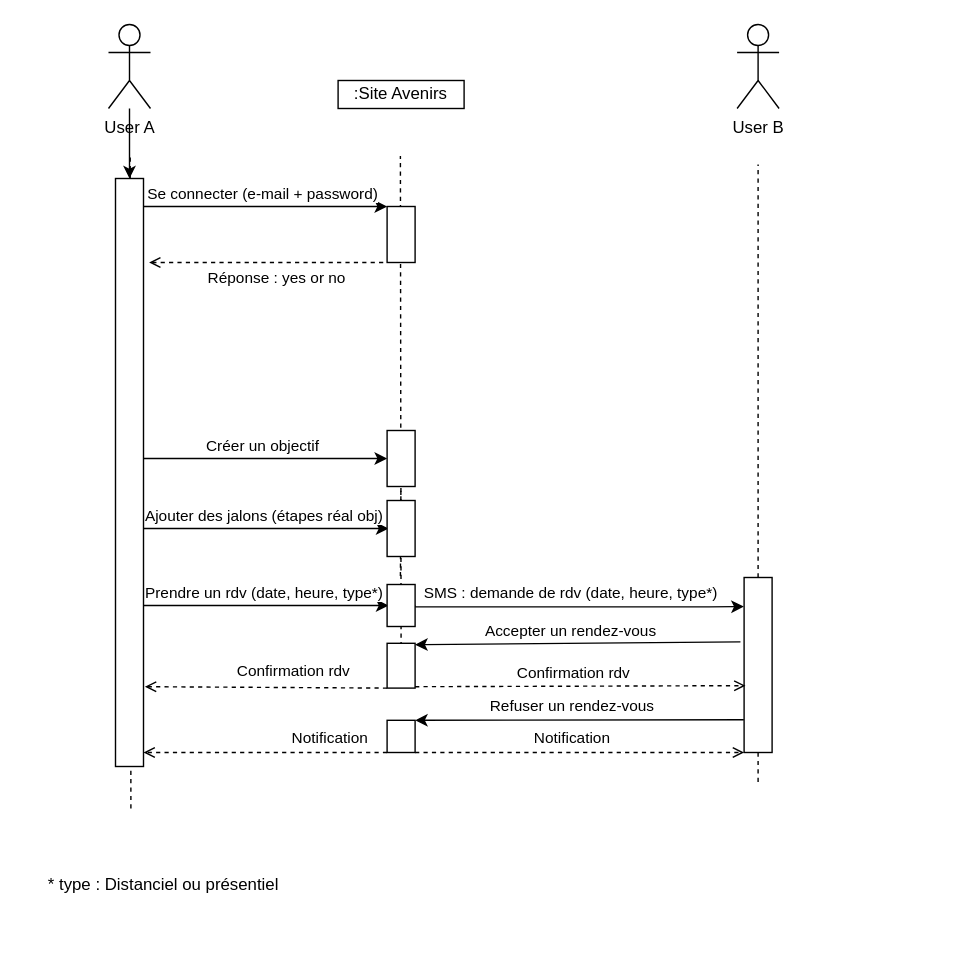
cbeauquel/oc_projet9 keeps this draw.io diagram as page "Diagramme de séquence" (3 of 4) of uml_avenirs.drawio. Above is the earlier version. Source tidied: cells renumbered, new cells numbered last; positions are measured from the earlier drawing's top-left corner, leaving out a move shared by most shapes. Both pictures are drawn from the tidied source at 140%, with x=0, y=0 at pixel (24, 24).
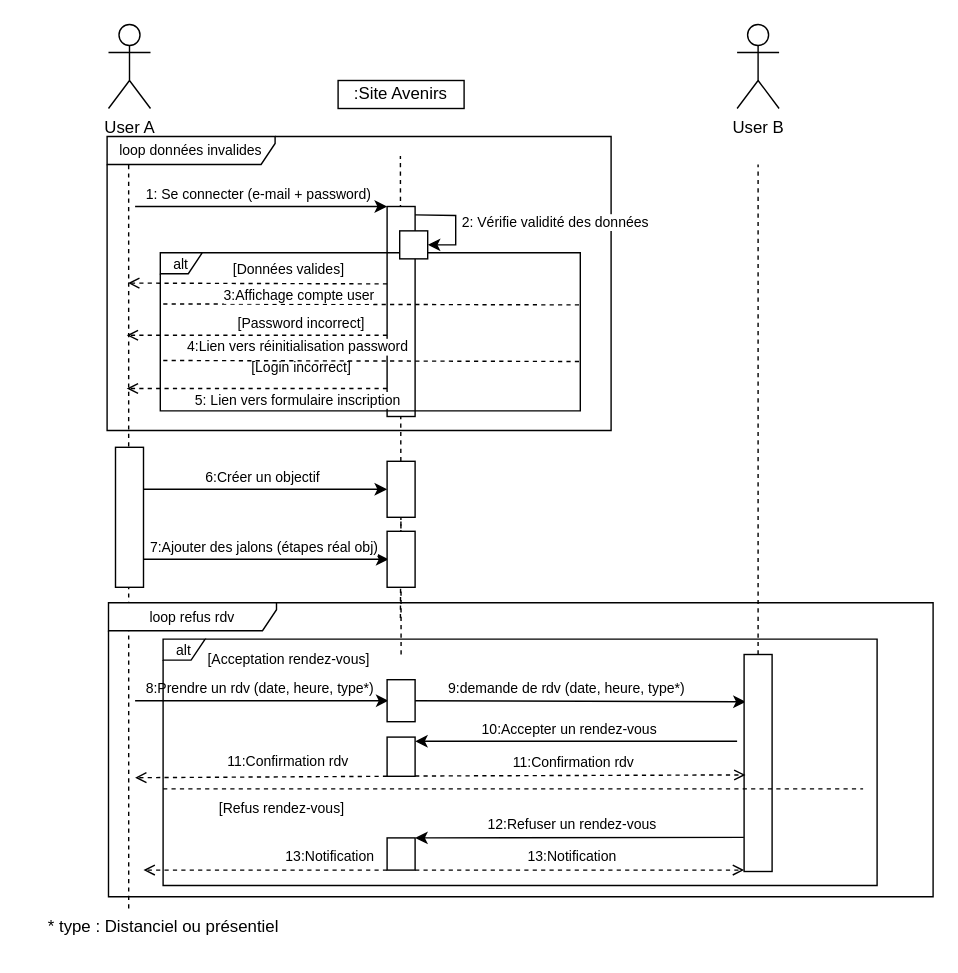
After the change.

Commit message:
Mettre à jour uml_avenirs, création de schéma alternatifs connection et rdv pour le diagramme de séquence.drawio

Unchanged cells that the change refers to:
```xml
<mxCell id="3" value="User A" style="shape=umlActor;verticalLabelPosition=bottom;verticalAlign=top;html=1;outlineConnect=0;" parent="1" vertex="1">
  <mxGeometry x="60" width="30" height="60" as="geometry" />
</mxCell>
```

Change to the diagram source:
```diff
@@
-    <mxCell id="2" style="edgeStyle=orthogonalEdgeStyle;rounded=0;jettySize=auto;html=1;" parent="1" edge="1" source="3" target="25">
-      <mxGeometry relative="1" as="geometry" />
-    </mxCell>
@@
-    <mxCell id="4" style="endArrow=none;dashed=1;html=1;rounded=0;" parent="1" edge="1">
+    <mxCell id="4" style="endArrow=none;dashed=1;html=1;rounded=0;exitX=0.374;exitY=0.045;exitDx=0;exitDy=0;exitPerimeter=0;" parent="1" edge="1" source="43">
       <mxGeometry relative="1" as="geometry">
-        <mxPoint x="76" y="560" as="sourcePoint" />
-        <mxPoint x="75.5" y="94" as="targetPoint" />
+        <mxPoint x="74.4" y="90" as="targetPoint" />
       </mxGeometry>
     </mxCell>
@@
     <mxCell id="7" style="rounded=0;whiteSpace=wrap;html=1;fillColor=#FFFFFF;" parent="1" vertex="1">
-      <mxGeometry x="259" y="130" width="20" height="40" as="geometry" />
+      <mxGeometry x="259" y="130" width="20" height="150" as="geometry" />
     </mxCell>
     <mxCell id="8" style="endArrow=classic;html=1;rounded=0;entryX=0;entryY=0;entryDx=0;entryDy=0;" parent="1" edge="1" target="7">
       <mxGeometry relative="1" as="geometry">
-        <mxPoint x="84" y="130" as="sourcePoint" />
+        <mxPoint x="79" y="130" as="sourcePoint" />
       </mxGeometry>
     </mxCell>
-    <mxCell id="9" value="Se connecter (e-mail + password)" style="edgeLabel;html=1;align=center;verticalAlign=middle;" parent="8" vertex="1">
+    <mxCell id="9" value="1: Se connecter (e-mail + password)" style="edgeLabel;html=1;align=center;verticalAlign=middle;fontSize=10;" parent="8" vertex="1">
       <mxGeometry x="-0.12" y="-1" relative="1" as="geometry">
         <mxPoint x="8" y="-11" as="offset" />
       </mxGeometry>
     </mxCell>
-    <mxCell id="10" style="endArrow=none;dashed=1;html=1;rounded=0;entryX=0;entryY=1;entryDx=0;entryDy=0;startArrow=open;startFill=0;" parent="1" edge="1" target="7">
-      <mxGeometry relative="1" as="geometry">
-        <mxPoint x="89" y="170" as="sourcePoint" />
-      </mxGeometry>
-    </mxCell>
-    <mxCell id="11" value="Réponse : yes or no" style="edgeLabel;html=1;align=center;verticalAlign=middle;" parent="10" vertex="1">
-      <mxGeometry x="-0.24" y="-1" relative="1" as="geometry">
-        <mxPoint x="25" y="9" as="offset" />
-      </mxGeometry>
-    </mxCell>
     <mxCell id="12" style="endArrow=classic;html=1;rounded=0;entryX=0;entryY=0;entryDx=0;entryDy=0;" parent="1" edge="1">
       <mxGeometry relative="1" as="geometry">
-        <mxPoint x="84" y="310" as="sourcePoint" />
-        <mxPoint x="259" y="310" as="targetPoint" />
+        <mxPoint x="84" y="332" as="sourcePoint" />
+        <mxPoint x="259" y="332" as="targetPoint" />
       </mxGeometry>
     </mxCell>
-    <mxCell id="13" value="Créer un objectif" style="edgeLabel;html=1;align=center;verticalAlign=middle;" parent="12" vertex="1">
+    <mxCell id="13" value="6:Créer un objectif" style="edgeLabel;html=1;align=center;verticalAlign=middle;fontSize=10;" parent="12" vertex="1">
       <mxGeometry x="-0.12" y="-1" relative="1" as="geometry">
         <mxPoint x="8" y="-11" as="offset" />
       </mxGeometry>
     </mxCell>
     <mxCell id="14" style="endArrow=classic;html=1;rounded=0;entryX=0;entryY=0;entryDx=0;entryDy=0;" parent="1" edge="1">
       <mxGeometry relative="1" as="geometry">
-        <mxPoint x="85" y="360" as="sourcePoint" />
-        <mxPoint x="260" y="360" as="targetPoint" />
+        <mxPoint x="85" y="382" as="sourcePoint" />
+        <mxPoint x="260" y="382" as="targetPoint" />
       </mxGeometry>
     </mxCell>
-    <mxCell id="15" value="Ajouter des jalons (étapes réal obj)" style="edgeLabel;html=1;align=center;verticalAlign=middle;" parent="14" vertex="1">
+    <mxCell id="15" value="7:Ajouter des jalons (étapes réal obj)" style="edgeLabel;html=1;align=center;verticalAlign=middle;fontSize=10;" parent="14" vertex="1">
       <mxGeometry x="-0.12" y="-1" relative="1" as="geometry">
         <mxPoint x="8" y="-11" as="offset" />
       </mxGeometry>
     </mxCell>
     <mxCell id="16" style="endArrow=classic;html=1;rounded=0;entryX=0;entryY=0;entryDx=0;entryDy=0;" parent="1" edge="1">
       <mxGeometry relative="1" as="geometry">
-        <mxPoint x="85" y="415" as="sourcePoint" />
-        <mxPoint x="260" y="415" as="targetPoint" />
+        <mxPoint x="79" y="483" as="sourcePoint" />
+        <mxPoint x="260" y="483" as="targetPoint" />
       </mxGeometry>
     </mxCell>
-    <mxCell id="17" value="Prendre un rdv (date, heure, type*)" style="edgeLabel;html=1;align=center;verticalAlign=middle;" parent="16" vertex="1">
+    <mxCell id="17" value="8:Prendre un rdv (date, heure, type*)" style="edgeLabel;html=1;align=center;verticalAlign=middle;fontSize=10;" parent="16" vertex="1">
       <mxGeometry x="-0.12" y="-1" relative="1" as="geometry">
         <mxPoint x="8" y="-11" as="offset" />
       </mxGeometry>
     </mxCell>
-    <mxCell id="18" value="SMS : demande de rdv (date, heure, type*)" style="edgeLabel;html=1;align=center;verticalAlign=middle;" parent="16" vertex="1">
+    <mxCell id="18" value="9:demande de rdv (date, heure, type*)" style="edgeLabel;html=1;align=center;verticalAlign=middle;fontSize=10;" parent="16" vertex="1">
       <mxGeometry x="-0.12" y="-1" relative="1" as="geometry">
         <mxPoint x="227" y="-11" as="offset" />
       </mxGeometry>
     </mxCell>
-    <mxCell id="19" style="endArrow=none;html=1;rounded=0;startArrow=classic;startFill=1;endFill=0;exitX=1;exitY=0.25;exitDx=0;exitDy=0;entryX=-0.13;entryY=0.368;entryDx=0;entryDy=0;entryPerimeter=0;" parent="1" edge="1" target="33">
+    <mxCell id="19" style="endArrow=none;html=1;rounded=0;startArrow=classic;startFill=1;endFill=0;exitX=1;exitY=0.25;exitDx=0;exitDy=0;" parent="1" edge="1">
       <mxGeometry relative="1" as="geometry">
-        <mxPoint x="279" y="443" as="sourcePoint" />
+        <mxPoint x="279" y="512" as="sourcePoint" />
+        <mxPoint x="509" y="512" as="targetPoint" />
       </mxGeometry>
     </mxCell>
-    <mxCell id="20" value="Accepter un rendez-vous" style="edgeLabel;html=1;align=center;verticalAlign=middle;" parent="19" vertex="1">
+    <mxCell id="20" value="10:Accepter un rendez-vous" style="edgeLabel;html=1;align=center;verticalAlign=middle;fontSize=10;" parent="19" vertex="1">
       <mxGeometry x="-0.12" y="-1" relative="1" as="geometry">
         <mxPoint x="8" y="-11" as="offset" />
       </mxGeometry>
     </mxCell>
-    <mxCell id="21" style="endArrow=none;html=1;rounded=0;startArrow=classic;startFill=1;endFill=0;exitX=1;exitY=0;exitDx=0;exitDy=0;entryX=-0.01;entryY=0.813;entryDx=0;entryDy=0;entryPerimeter=0;" parent="1" edge="1" source="41" target="33">
-      <mxGeometry relative="1" as="geometry" />
+    <mxCell id="21" style="endArrow=none;html=1;rounded=0;startArrow=classic;startFill=1;endFill=0;exitX=1;exitY=0;exitDx=0;exitDy=0;entryX=-0.01;entryY=0.813;entryDx=0;entryDy=0;entryPerimeter=0;" parent="1" edge="1" source="41">
+      <mxGeometry relative="1" as="geometry">
+        <mxPoint x="513.8" y="580.6" as="targetPoint" />
+      </mxGeometry>
     </mxCell>
-    <mxCell id="22" value="Refuser un rendez-vous" style="edgeLabel;html=1;align=center;verticalAlign=middle;" parent="21" vertex="1">
+    <mxCell id="22" value="12:Refuser un rendez-vous" style="edgeLabel;html=1;align=center;verticalAlign=middle;fontSize=10;" parent="21" vertex="1">
       <mxGeometry x="-0.12" y="-1" relative="1" as="geometry">
         <mxPoint x="8" y="-11" as="offset" />
       </mxGeometry>
     </mxCell>
-    <mxCell id="23" value="Notification" style="edgeLabel;html=1;align=center;verticalAlign=middle;" parent="21" vertex="1">
+    <mxCell id="23" value="13:Notification" style="edgeLabel;html=1;align=center;verticalAlign=middle;fontSize=10;" parent="21" vertex="1">
       <mxGeometry x="-0.12" y="-1" relative="1" as="geometry">
         <mxPoint x="8" y="12" as="offset" />
       </mxGeometry>
     </mxCell>
-    <mxCell id="24" value="Notification" style="edgeLabel;html=1;align=center;verticalAlign=middle;" parent="21" vertex="1">
+    <mxCell id="24" value="13:Notification" style="edgeLabel;html=1;align=center;verticalAlign=middle;fontSize=10;" parent="21" vertex="1">
       <mxGeometry x="-0.12" y="-1" relative="1" as="geometry">
         <mxPoint x="-165" y="12" as="offset" />
       </mxGeometry>
     </mxCell>
     <mxCell id="25" style="rounded=0;whiteSpace=wrap;html=1;fillColor=#FFFFFF;" parent="1" vertex="1">
-      <mxGeometry x="65" y="110" width="20" height="420" as="geometry" />
+      <mxGeometry x="65" y="302" width="20" height="100" as="geometry" />
     </mxCell>
     <mxCell id="26" style="endArrow=none;dashed=1;html=1;rounded=0;" parent="1" edge="1" target="27">
       <mxGeometry relative="1" as="geometry">
-        <mxPoint x="268.5" y="394" as="sourcePoint" />
+        <mxPoint x="268.5" y="424" as="sourcePoint" />
       </mxGeometry>
     </mxCell>
     <mxCell id="27" style="rounded=0;whiteSpace=wrap;html=1;fillColor=#FFFFFF;" parent="1" vertex="1">
-      <mxGeometry x="259" y="290" width="20" height="40" as="geometry" />
+      <mxGeometry x="259" y="312" width="20" height="40" as="geometry" />
     </mxCell>
-    <mxCell id="28" style="edgeStyle=orthogonalEdgeStyle;rounded=0;jettySize=auto;html=1;exitX=1;exitY=0.5;exitDx=0;exitDy=0;entryX=-0.01;entryY=0.166;entryDx=0;entryDy=0;entryPerimeter=0;" parent="1" edge="1" target="33">
+    <mxCell id="28" style="edgeStyle=orthogonalEdgeStyle;rounded=0;orthogonalLoop=1;jettySize=auto;html=1;exitX=1;exitY=0.5;exitDx=0;exitDy=0;entryX=0.059;entryY=0.134;entryDx=0;entryDy=0;entryPerimeter=0;" parent="1" edge="1">
       <mxGeometry relative="1" as="geometry">
-        <mxPoint x="279" y="415" as="sourcePoint" />
+        <mxPoint x="279" y="483" as="sourcePoint" />
+        <mxPoint x="515.2" y="483.8" as="targetPoint" />
         <Array as="points">
-          <mxPoint x="279" y="416" />
-          <mxPoint x="489" y="416" />
+          <mxPoint x="279" y="484" />
         </Array>
       </mxGeometry>
     </mxCell>
     <mxCell id="29" style="rounded=0;whiteSpace=wrap;html=1;fillColor=#FFFFFF;" parent="1" vertex="1">
-      <mxGeometry x="259" y="400" width="20" height="30" as="geometry" />
+      <mxGeometry x="259" y="468" width="20" height="30" as="geometry" />
     </mxCell>
@@
-    <mxCell id="32" style="endArrow=none;dashed=1;html=1;rounded=0;" parent="1" edge="1" target="33">
+    <mxCell id="32" style="endArrow=none;dashed=1;html=1;rounded=0;" parent="1" edge="1">
       <mxGeometry relative="1" as="geometry">
-        <mxPoint x="524" y="541" as="sourcePoint" />
+        <mxPoint x="524" y="600" as="sourcePoint" />
+        <mxPoint x="524" y="579" as="targetPoint" />
       </mxGeometry>
     </mxCell>
     <mxCell id="33" style="rounded=0;whiteSpace=wrap;html=1;fillColor=#FFFFFF;" parent="1" vertex="1">
-      <mxGeometry x="514" y="395" width="20" height="125" as="geometry" />
+      <mxGeometry x="514" y="450" width="20" height="155" as="geometry" />
     </mxCell>
     <mxCell id="34" style="rounded=0;whiteSpace=wrap;html=1;fillColor=#FFFFFF;" parent="1" vertex="1">
-      <mxGeometry x="259" y="442" width="20" height="32" as="geometry" />
+      <mxGeometry x="259" y="509" width="20" height="28" as="geometry" />
     </mxCell>
-    <mxCell id="35" style="endArrow=open;html=1;rounded=0;entryX=0.05;entryY=0.618;entryDx=0;entryDy=0;exitX=1;exitY=1;exitDx=0;exitDy=0;dashed=1;endFill=0;entryPerimeter=0;" parent="1" edge="1" target="33">
+    <mxCell id="35" style="endArrow=open;html=1;rounded=0;entryX=0.05;entryY=0.618;entryDx=0;entryDy=0;exitX=1;exitY=1;exitDx=0;exitDy=0;dashed=1;endFill=0;entryPerimeter=0;" parent="1" edge="1">
       <mxGeometry relative="1" as="geometry">
-        <mxPoint x="279" y="473" as="sourcePoint" />
+        <mxPoint x="279" y="536.8" as="sourcePoint" />
+        <mxPoint x="515" y="536" as="targetPoint" />
       </mxGeometry>
     </mxCell>
-    <mxCell id="36" value="Confirmation rdv" style="edgeLabel;html=1;align=center;verticalAlign=middle;" parent="35" vertex="1">
+    <mxCell id="36" value="11:Confirmation rdv" style="edgeLabel;html=1;align=center;verticalAlign=middle;fontSize=10;" parent="35" vertex="1">
       <mxGeometry x="-0.12" y="-1" relative="1" as="geometry">
         <mxPoint x="8" y="-11" as="offset" />
       </mxGeometry>
     </mxCell>
     <mxCell id="37" style="endArrow=open;html=1;rounded=0;exitX=0;exitY=1;exitDx=0;exitDy=0;dashed=1;endFill=0;" parent="1" edge="1" source="34">
       <mxGeometry relative="1" as="geometry">
-        <mxPoint x="86" y="473" as="targetPoint" />
+        <mxPoint x="79" y="538" as="targetPoint" />
       </mxGeometry>
     </mxCell>
-    <mxCell id="38" value="Confirmation rdv" style="edgeLabel;html=1;align=center;verticalAlign=middle;" parent="37" vertex="1">
+    <mxCell id="38" value="11:Confirmation rdv" style="edgeLabel;html=1;align=center;verticalAlign=middle;fontSize=10;" parent="37" vertex="1">
       <mxGeometry x="-0.12" y="-1" relative="1" as="geometry">
         <mxPoint x="8" y="-11" as="offset" />
       </mxGeometry>
     </mxCell>
-    <mxCell id="39" style="edgeStyle=orthogonalEdgeStyle;rounded=0;jettySize=auto;html=1;exitX=1;exitY=1;exitDx=0;exitDy=0;entryX=0;entryY=1;entryDx=0;entryDy=0;dashed=1;endArrow=open;endFill=0;" parent="1" edge="1" source="41" target="33">
+    <mxCell id="39" style="edgeStyle=orthogonalEdgeStyle;rounded=0;jettySize=auto;html=1;exitX=1;exitY=1;exitDx=0;exitDy=0;entryX=0;entryY=1;entryDx=0;entryDy=0;dashed=1;endArrow=open;endFill=0;" parent="1" edge="1" source="41">
       <mxGeometry relative="1" as="geometry">
+        <mxPoint x="514" y="604" as="targetPoint" />
         <Array as="points">
-          <mxPoint x="349" y="520" />
-          <mxPoint x="349" y="520" />
+          <mxPoint x="349" y="604" />
+          <mxPoint x="349" y="604" />
         </Array>
       </mxGeometry>
     </mxCell>
     <mxCell id="40" style="edgeStyle=orthogonalEdgeStyle;rounded=0;jettySize=auto;html=1;exitX=0;exitY=1;exitDx=0;exitDy=0;entryX=1;entryY=1;entryDx=0;entryDy=0;dashed=1;endArrow=open;endFill=0;" parent="1" edge="1" source="41">
       <mxGeometry relative="1" as="geometry">
-        <mxPoint x="85" y="520" as="targetPoint" />
+        <mxPoint x="85" y="604" as="targetPoint" />
         <Array as="points">
-          <mxPoint x="179" y="520" />
-          <mxPoint x="179" y="520" />
+          <mxPoint x="179" y="604" />
+          <mxPoint x="179" y="604" />
         </Array>
       </mxGeometry>
     </mxCell>
     <mxCell id="41" style="rounded=0;whiteSpace=wrap;html=1;fillColor=#FFFFFF;" parent="1" vertex="1">
-      <mxGeometry x="259" y="497" width="20" height="23" as="geometry" />
+      <mxGeometry x="259" y="581" width="20" height="23" as="geometry" />
     </mxCell>
     <mxCell id="42" style="rounded=0;whiteSpace=wrap;html=1;fillColor=#FFFFFF;" parent="1" vertex="1">
-      <mxGeometry x="259" y="340" width="20" height="40" as="geometry" />
+      <mxGeometry x="259" y="362" width="20" height="40" as="geometry" />
     </mxCell>
     <mxCell id="43" value="* type : Distanciel ou présentiel" style="text;html=1;align=center;verticalAlign=middle;whiteSpace=wrap;rounded=0;" parent="1" vertex="1">
-      <mxGeometry y="600" width="199" height="30" as="geometry" />
+      <mxGeometry y="630" width="199" height="30" as="geometry" />
     </mxCell>
+    <mxCell id="44" value="alt" style="shape=umlFrame;whiteSpace=wrap;html=1;fontSize=10;width=30;height=15;" parent="1" vertex="1">
+      <mxGeometry x="97" y="163" width="300" height="113" as="geometry" />
+    </mxCell>
+    <mxCell id="45" style="endArrow=none;dashed=1;html=1;rounded=0;exitX=0.013;exitY=0.431;exitDx=0;exitDy=0;exitPerimeter=0;entryX=1.006;entryY=0.436;entryDx=0;entryDy=0;entryPerimeter=0;" parent="1" edge="1">
+      <mxGeometry relative="1" as="geometry">
+        <mxPoint x="99.1" y="199.6" as="sourcePoint" />
+        <mxPoint x="397" y="200.3" as="targetPoint" />
+      </mxGeometry>
+    </mxCell>
+    <mxCell id="46" value="loop données invalides" style="shape=umlFrame;whiteSpace=wrap;html=1;width=120;height=20;fontSize=10;" parent="1" vertex="1">
+      <mxGeometry x="59" y="80" width="360" height="210" as="geometry" />
+    </mxCell>
+    <mxCell id="47" style="rounded=0;whiteSpace=wrap;html=1;fillColor=#FFFFFF;" parent="1" vertex="1">
+      <mxGeometry x="268" y="147.4" width="20" height="20" as="geometry" />
+    </mxCell>
+    <mxCell id="48" style="endArrow=classic;html=1;rounded=0;entryX=1;entryY=0.5;entryDx=0;entryDy=0;" parent="1" edge="1" target="47">
+      <mxGeometry relative="1" as="geometry">
+        <mxPoint x="279" y="136" as="sourcePoint" />
+        <Array as="points">
+          <mxPoint x="308" y="136.4" />
+          <mxPoint x="308" y="157.4" />
+        </Array>
+      </mxGeometry>
+    </mxCell>
+    <mxCell id="49" value="2: Vérifie validité des données" style="edgeLabel;html=1;align=center;verticalAlign=middle;fontSize=10;" parent="48" vertex="1">
+      <mxGeometry x="0.05" y="-1" relative="1" as="geometry">
+        <mxPoint x="71" y="-4" as="offset" />
+      </mxGeometry>
+    </mxCell>
+    <mxCell id="50" style="endArrow=open;html=1;rounded=0;exitX=0.05;exitY=0.404;exitDx=0;exitDy=0;dashed=1;endFill=0;exitPerimeter=0;fontSize=10;" parent="1" edge="1">
+      <mxGeometry relative="1" as="geometry">
+        <mxPoint x="259" y="185.3" as="sourcePoint" />
+        <mxPoint x="74" y="184.7" as="targetPoint" />
+      </mxGeometry>
+    </mxCell>
+    <mxCell id="51" value="3:Affichage compte user" style="edgeLabel;html=1;align=center;verticalAlign=middle;fontSize=10;" parent="50" vertex="1">
+      <mxGeometry x="-0.12" y="-1" relative="1" as="geometry">
+        <mxPoint x="17" y="8" as="offset" />
+      </mxGeometry>
+    </mxCell>
+    <mxCell id="52" value="[Données valides]" style="text;html=1;align=center;verticalAlign=middle;whiteSpace=wrap;rounded=0;fontSize=10;" parent="1" vertex="1">
+      <mxGeometry x="119" y="160" width="140" height="30" as="geometry" />
+    </mxCell>
+    <mxCell id="53" value="[Password incorrect]" style="text;html=1;align=center;verticalAlign=middle;whiteSpace=wrap;rounded=0;fontSize=10;" parent="1" vertex="1">
+      <mxGeometry x="128" y="198" width="140" height="30" as="geometry" />
+    </mxCell>
+    <mxCell id="54" style="endArrow=none;dashed=1;html=1;rounded=0;exitX=0.013;exitY=0.431;exitDx=0;exitDy=0;exitPerimeter=0;entryX=1.006;entryY=0.436;entryDx=0;entryDy=0;entryPerimeter=0;" parent="1" edge="1">
+      <mxGeometry relative="1" as="geometry">
+        <mxPoint x="99.1" y="240" as="sourcePoint" />
+        <mxPoint x="397" y="240.7" as="targetPoint" />
+      </mxGeometry>
+    </mxCell>
+    <mxCell id="55" style="endArrow=open;html=1;rounded=0;exitX=0.05;exitY=0.404;exitDx=0;exitDy=0;dashed=1;endFill=0;exitPerimeter=0;" parent="1" edge="1">
+      <mxGeometry relative="1" as="geometry">
+        <mxPoint x="259" y="222" as="sourcePoint" />
+        <mxPoint x="73" y="222" as="targetPoint" />
+      </mxGeometry>
+    </mxCell>
+    <mxCell id="56" value="4:Lien vers réinitialisation password" style="edgeLabel;html=1;align=center;verticalAlign=middle;fontSize=10;" parent="55" vertex="1">
+      <mxGeometry x="-0.12" y="-1" relative="1" as="geometry">
+        <mxPoint x="17" y="8" as="offset" />
+      </mxGeometry>
+    </mxCell>
+    <mxCell id="57" value="[Login incorrect]" style="text;html=1;align=center;verticalAlign=middle;whiteSpace=wrap;rounded=0;fontSize=10;" parent="1" vertex="1">
+      <mxGeometry x="128" y="230" width="140" height="30" as="geometry" />
+    </mxCell>
+    <mxCell id="58" style="endArrow=open;html=1;rounded=0;exitX=0.05;exitY=0.404;exitDx=0;exitDy=0;dashed=1;endFill=0;exitPerimeter=0;" parent="1" edge="1">
+      <mxGeometry relative="1" as="geometry">
+        <mxPoint x="259" y="260" as="sourcePoint" />
+        <mxPoint x="73" y="260" as="targetPoint" />
+      </mxGeometry>
+    </mxCell>
+    <mxCell id="59" value="5: Lien vers formulaire inscription" style="edgeLabel;html=1;align=center;verticalAlign=middle;fontSize=10;" parent="58" vertex="1">
+      <mxGeometry x="-0.12" y="-1" relative="1" as="geometry">
+        <mxPoint x="17" y="8" as="offset" />
+      </mxGeometry>
+    </mxCell>
+    <mxCell id="60" value="alt" style="shape=umlFrame;whiteSpace=wrap;html=1;fontSize=10;width=30;height=15;" parent="1" vertex="1">
+      <mxGeometry x="99" y="439" width="510" height="176" as="geometry" />
+    </mxCell>
+    <mxCell id="61" style="endArrow=none;dashed=1;html=1;rounded=0;" parent="1" edge="1">
+      <mxGeometry relative="1" as="geometry">
+        <mxPoint x="99" y="546" as="sourcePoint" />
+        <mxPoint x="599" y="546" as="targetPoint" />
+      </mxGeometry>
+    </mxCell>
+    <mxCell id="62" value="[Refus rendez-vous]" style="text;html=1;align=center;verticalAlign=middle;whiteSpace=wrap;rounded=0;fontSize=10;" parent="1" vertex="1">
+      <mxGeometry x="113.9" y="545" width="140" height="30" as="geometry" />
+    </mxCell>
+    <mxCell id="63" value="[Acceptation rendez-vous]" style="text;html=1;align=center;verticalAlign=middle;whiteSpace=wrap;rounded=0;fontSize=10;" parent="1" vertex="1">
+      <mxGeometry x="119" y="438" width="140" height="30" as="geometry" />
+    </mxCell>
+    <mxCell id="64" value="loop refus rdv" style="shape=umlFrame;whiteSpace=wrap;html=1;width=120;height=20;fontSize=10;" parent="1" vertex="1">
+      <mxGeometry x="60" y="413" width="589" height="210" as="geometry" />
+    </mxCell>
```
